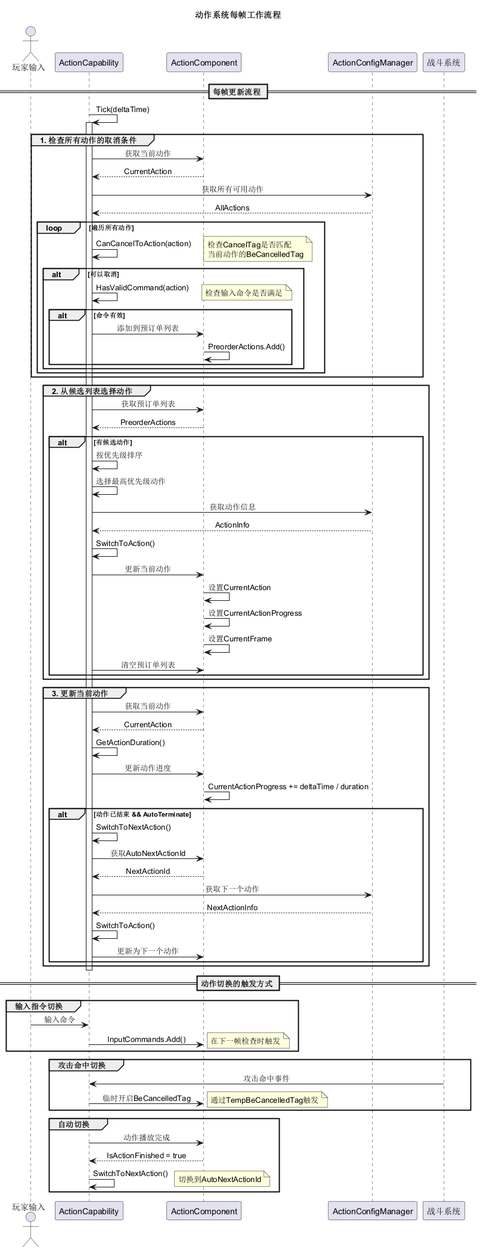
The PlantUML diagram AstrumConfig/Doc/ActionSystemFlow.png in CeeLav/Astrum, before a commit.
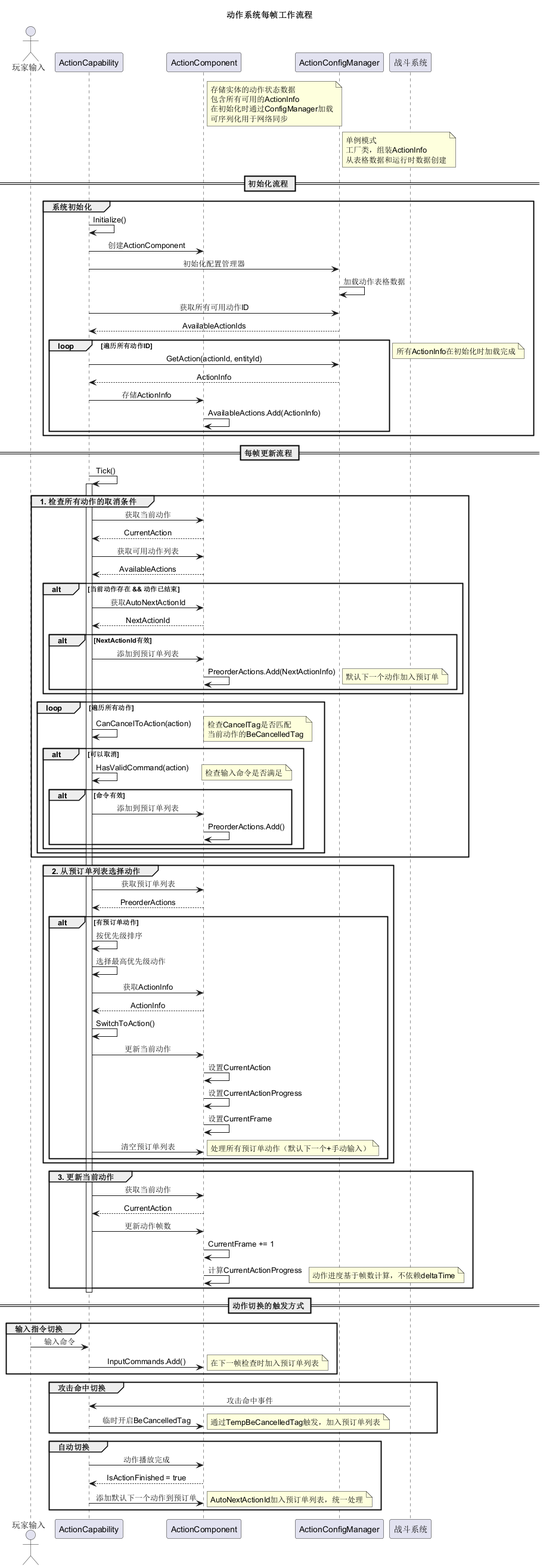
Above is the later version.

The edit, as a diff of the source:
```diff
@@ -11,17 +11,63 @@
 participant "ActionConfigManager" as ConfigManager
 participant "战斗系统" as Combat
 
+note right of Component
+  存储实体的动作状态数据
+  包含所有可用的ActionInfo
+  在初始化时通过ConfigManager加载
+  可序列化用于网络同步
+end note
+
+note right of ConfigManager
+  单例模式
+  工厂类，组装ActionInfo
+  从表格数据和运行时数据创建
+end note
+
+== 初始化流程 ==
+
+group 系统初始化
+    Capability -> Capability: Initialize()
+    Capability -> Component: 创建ActionComponent
+
+    Capability -> ConfigManager: 初始化配置管理器
+    ConfigManager -> ConfigManager: 加载动作表格数据
+
+    Capability -> ConfigManager: 获取所有可用动作ID
+    ConfigManager --> Capability: AvailableActionIds
+
+    loop 遍历所有动作ID
+        Capability -> ConfigManager: GetAction(actionId, entityId)
+        ConfigManager --> Capability: ActionInfo
+        Capability -> Component: 存储ActionInfo
+        Component -> Component: AvailableActions.Add(ActionInfo)
+    end
+
+    note right: 所有ActionInfo在初始化时加载完成
+end
+
 == 每帧更新流程 ==
 
-Capability -> Capability: Tick(deltaTime)
+Capability -> Capability: Tick()
 activate Capability
 
 group 1. 检查所有动作的取消条件
     Capability -> Component: 获取当前动作
     Component --> Capability: CurrentAction
 
-    Capability -> ConfigManager: 获取所有可用动作
-    ConfigManager --> Capability: AllActions
+    Capability -> Component: 获取可用动作列表
+    Component --> Capability: AvailableActions
+
+    alt 当前动作存在 && 动作已结束
+        Capability -> Component: 获取AutoNextActionId
+        Component --> Capability: NextActionId
+
+        alt NextActionId有效
+            Capability -> Component: 添加到预订单列表
+            Component -> Component: PreorderActions.Add(NextActionInfo)
+            note right: 默认下一个动作加入预订单
+        end
+    end
 
     loop 遍历所有动作
         Capability -> Capability: CanCancelToAction(action)
@@ -44,16 +90,16 @@
     end
 end
 
-group 2. 从候选列表选择动作
+group 2. 从预订单列表选择动作
     Capability -> Component: 获取预订单列表
     Component --> Capability: PreorderActions
 
-    alt 有候选动作
+    alt 有预订单动作
         Capability -> Capability: 按优先级排序
         Capability -> Capability: 选择最高优先级动作
 
-        Capability -> ConfigManager: 获取动作信息
-        ConfigManager --> Capability: ActionInfo
+        Capability -> Component: 获取ActionInfo
+        Component --> Capability: ActionInfo
 
         Capability -> Capability: SwitchToAction()
         Capability -> Component: 更新当前动作
@@ -62,6 +108,7 @@
         Component -> Component: 设置CurrentFrame
 
         Capability -> Component: 清空预订单列表
+        note right: 处理所有预订单动作（默认下一个+手动输入）
     end
 end
 
@@ -69,22 +116,11 @@
     Capability -> Component: 获取当前动作
     Component --> Capability: CurrentAction
 
-    Capability -> Capability: GetActionDuration()
-    Capability -> Component: 更新动作进度
-    Component -> Component: CurrentActionProgress += deltaTime / duration
+    Capability -> Component: 更新动作帧数
+    Component -> Component: CurrentFrame += 1
+    Component -> Component: 计算CurrentActionProgress
 
-    alt 动作已结束 && AutoTerminate
-        Capability -> Capability: SwitchToNextAction()
-
-        Capability -> Component: 获取AutoNextActionId
-        Component --> Capability: NextActionId
-
-        Capability -> ConfigManager: 获取下一个动作
-        ConfigManager --> Capability: NextActionInfo
-
-        Capability -> Capability: SwitchToAction()
-        Capability -> Component: 更新为下一个动作
-    end
+    note right: 动作进度基于帧数计算，不依赖deltaTime
 end
 
 deactivate Capability
@@ -94,20 +130,20 @@
 group 输入指令切换
     Player -> Capability: 输入命令
     Capability -> Component: InputCommands.Add()
-    note right: 在下一帧检查时触发
+    note right: 在下一帧检查时加入预订单列表
 end
 
 group 攻击命中切换
     Combat -> Capability: 攻击命中事件
     Capability -> Component: 临时开启BeCancelledTag
-    note right: 通过TempBeCancelledTag触发
+    note right: 通过TempBeCancelledTag触发，加入预订单列表
 end
 
 group 自动切换
     Capability -> Component: 动作播放完成
     Component --> Capability: IsActionFinished = true
-    Capability -> Capability: SwitchToNextAction()
-    note right: 切换到AutoNextActionId
+    Capability -> Component: 添加默认下一个动作到预订单
+    note right: AutoNextActionId加入预订单列表，统一处理
 end
 
 @enduml
```
